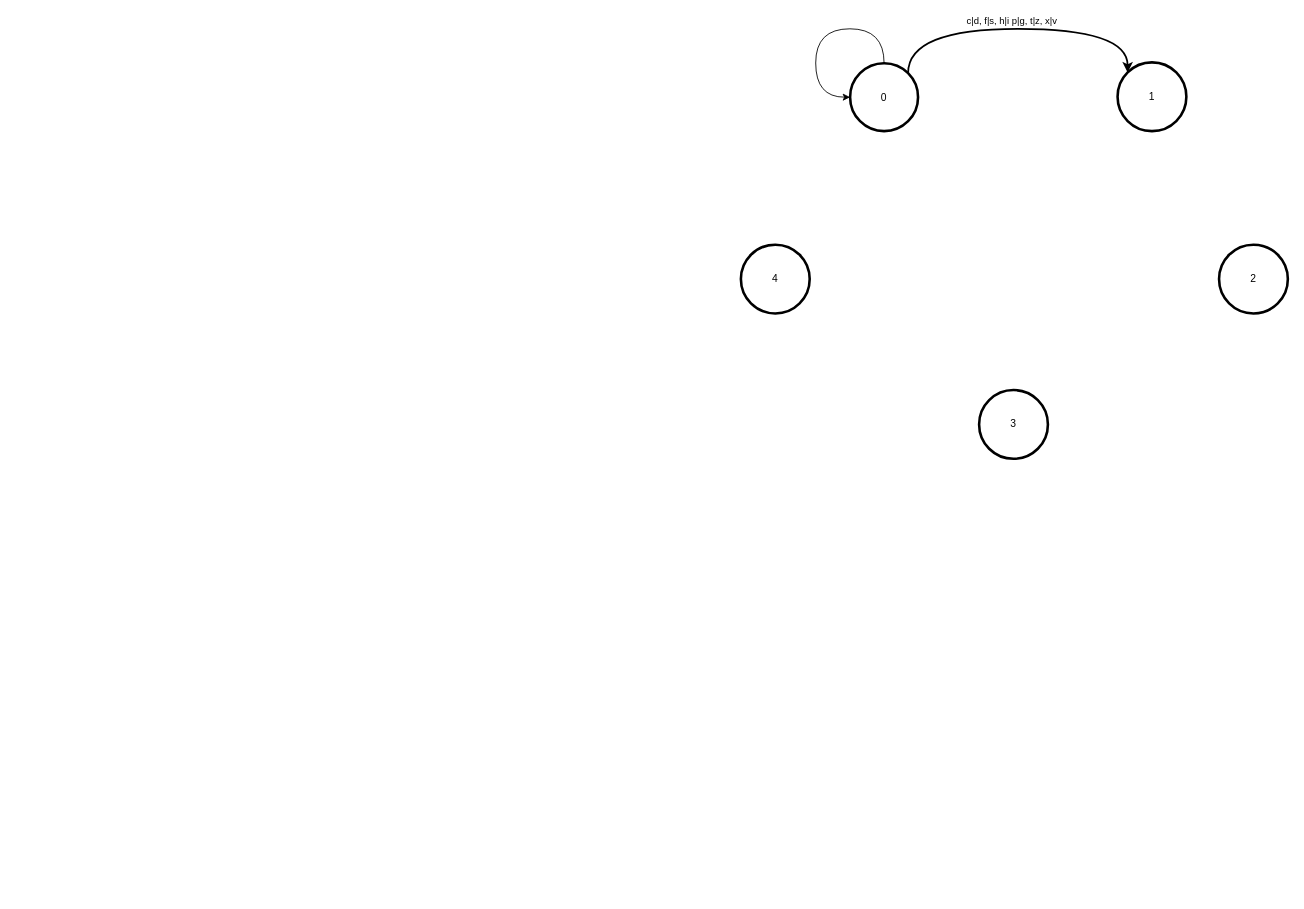
Above: sources/presentation/reference5.drawio in Thibaultlestienne/cryptographie-par-les-transducteurs-finis (draw.io), before the change. Source tidied: cells renumbered, new cells numbered last; positions are measured from the earlier drawing's top-left corner, leaving out a move shared by most shapes. Both pictures are drawn from the tidied source at 86%, with x=0, y=0 at pixel (740, 28).
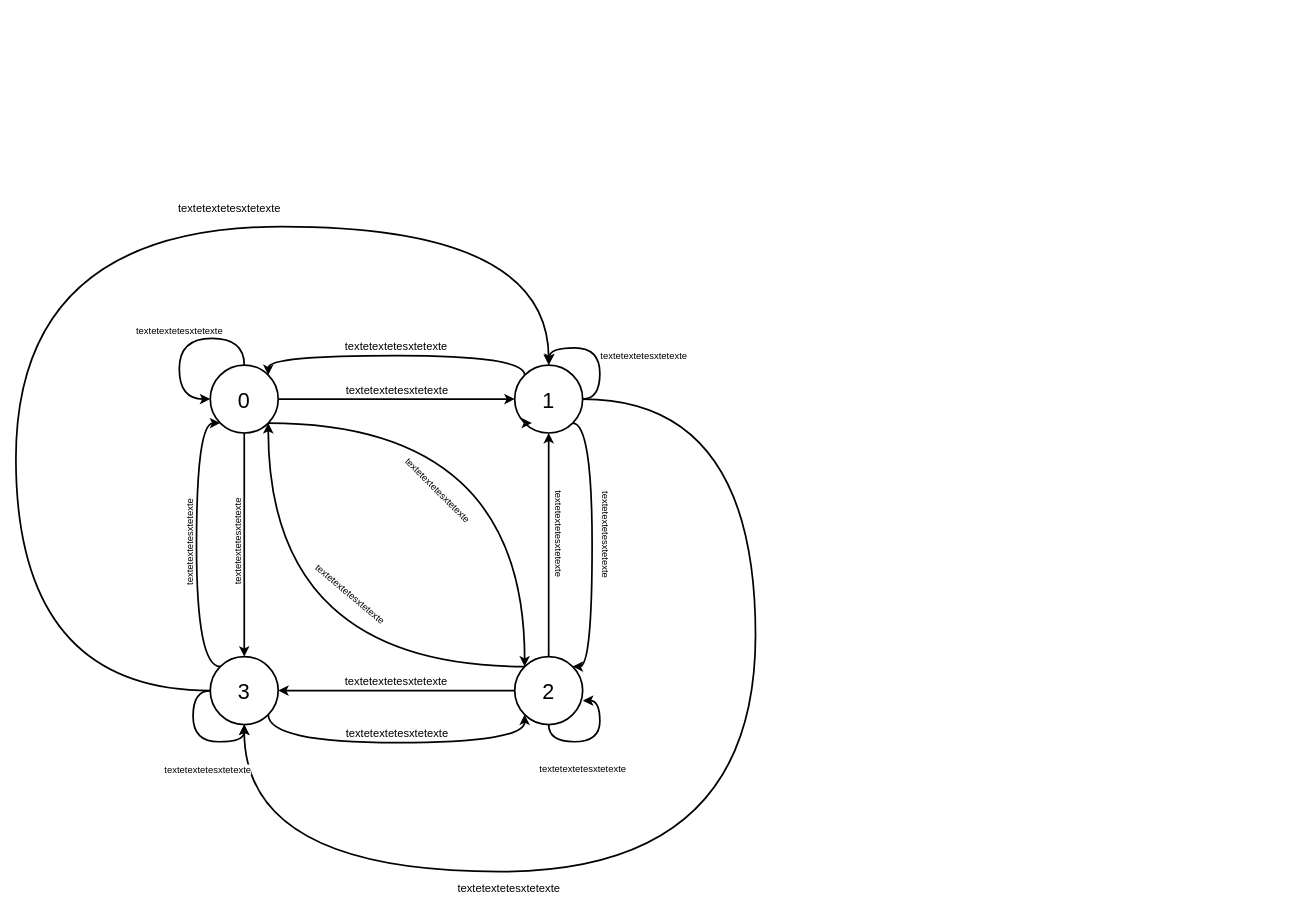
After the change.

What changed in the source:
```diff
@@
-    <mxCell id="2" value="c|d, f|s, h|i p|g, t|z, x|v" style="edgeStyle=orthogonalEdgeStyle;rounded=0;jettySize=auto;html=1;exitX=1;exitY=0;exitDx=0;exitDy=0;entryX=0;entryY=0;entryDx=0;entryDy=0;curved=1;strokeWidth=2;verticalAlign=bottom;" parent="1" edge="1" source="3" target="4">
-      <mxGeometry x="-0.03" relative="1" as="geometry">
-        <Array as="points">
-          <mxPoint x="195" />
-          <mxPoint x="450" />
-        </Array>
-        <mxPoint x="-1" as="offset" />
-      </mxGeometry>
+    <mxCell id="2" value="&lt;span style=&quot;color: rgb(0, 0, 0); font-family: Helvetica; font-style: normal; font-variant-ligatures: normal; font-variant-caps: normal; font-weight: 400; letter-spacing: normal; orphans: 2; text-align: center; text-indent: 0px; text-transform: none; widows: 2; word-spacing: 0px; -webkit-text-stroke-width: 0px; white-space: nowrap; text-decoration-thickness: initial; text-decoration-style: initial; text-decoration-color: initial; float: none; display: inline !important;&quot;&gt;textetextetesxtetexte&lt;/span&gt;" style="edgeStyle=orthogonalEdgeStyle;rounded=0;jettySize=auto;html=1;exitX=1;exitY=0.5;exitDx=0;exitDy=0;entryX=0;entryY=0.5;entryDx=0;entryDy=0;strokeWidth=2;curved=1;strokeColor=default;verticalAlign=bottom;fontSize=13;labelBackgroundColor=none;" parent="1" edge="1" source="3" target="4">
+      <mxGeometry relative="1" as="geometry" />
     </mxCell>
+    <mxCell id="9" value="&lt;span style=&quot;color: rgb(0, 0, 0); font-family: Helvetica; font-size: 11px; font-style: normal; font-variant-ligatures: normal; font-variant-caps: normal; font-weight: 400; letter-spacing: normal; orphans: 2; text-align: center; text-indent: 0px; text-transform: none; widows: 2; word-spacing: 0px; -webkit-text-stroke-width: 0px; white-space: nowrap; text-decoration-thickness: initial; text-decoration-style: initial; text-decoration-color: initial; float: none; display: inline !important;&quot;&gt;textetextetesxtetexte&lt;/span&gt;" style="edgeStyle=orthogonalEdgeStyle;rounded=0;jettySize=auto;html=1;exitX=0.5;exitY=1;exitDx=0;exitDy=0;entryX=0.5;entryY=0;entryDx=0;entryDy=0;strokeWidth=2;curved=1;strokeColor=default;verticalAlign=bottom;fontSize=13;horizontal=0;labelBackgroundColor=none;" parent="1" edge="1" source="3" target="7">
+      <mxGeometry relative="1" as="geometry" />
+    </mxCell>
+    <mxCell id="10" style="edgeStyle=orthogonalEdgeStyle;rounded=0;jettySize=auto;html=1;exitX=1;exitY=1;exitDx=0;exitDy=0;entryX=0;entryY=0;entryDx=0;entryDy=0;curved=1;strokeWidth=2;strokeColor=default;verticalAlign=bottom;fontSize=13;labelBackgroundColor=none;" parent="1" edge="1" source="3" target="5">
+      <mxGeometry relative="1" as="geometry" />
+    </mxCell>
-    <mxCell id="3" value="0" style="ellipse;whiteSpace=wrap;html=1;strokeWidth=3;" parent="1" vertex="1">
-      <mxGeometry x="127" y="40" width="79" height="79" as="geometry" />
+    <mxCell id="3" value="0" style="ellipse;whiteSpace=wrap;html=1;strokeWidth=2;strokeColor=default;fontSize=25;fontFamily=Helvetica;verticalAlign=middle;labelBackgroundColor=none;" parent="1" vertex="1">
+      <mxGeometry x="-617" y="391" width="79" height="79" as="geometry" />
     </mxCell>
+    <mxCell id="11" value="&lt;span style=&quot;color: rgb(0, 0, 0); font-family: Helvetica; font-style: normal; font-variant-ligatures: normal; font-variant-caps: normal; font-weight: 400; letter-spacing: normal; orphans: 2; text-align: center; text-indent: 0px; text-transform: none; widows: 2; word-spacing: 0px; -webkit-text-stroke-width: 0px; white-space: nowrap; text-decoration-thickness: initial; text-decoration-style: initial; text-decoration-color: initial; float: none; display: inline !important;&quot;&gt;textetextetesxtetexte&lt;/span&gt;" style="edgeStyle=orthogonalEdgeStyle;rounded=0;jettySize=auto;html=1;exitX=0;exitY=0;exitDx=0;exitDy=0;entryX=1;entryY=0;entryDx=0;entryDy=0;strokeWidth=2;curved=1;strokeColor=default;verticalAlign=bottom;fontSize=13;labelBackgroundColor=none;" parent="1" edge="1" source="4" target="3">
+      <mxGeometry relative="1" as="geometry">
+        <Array as="points">
+          <mxPoint x="-251" y="380" />
+          <mxPoint x="-550" y="380" />
+        </Array>
+      </mxGeometry>
+    </mxCell>
+    <mxCell id="12" style="edgeStyle=orthogonalEdgeStyle;rounded=0;jettySize=auto;html=1;exitX=1;exitY=1;exitDx=0;exitDy=0;entryX=1;entryY=0;entryDx=0;entryDy=0;strokeWidth=2;curved=1;strokeColor=default;verticalAlign=top;fontSize=13;horizontal=0;textDirection=ltr;labelBackgroundColor=none;" parent="1" edge="1" source="4" target="5">
+      <mxGeometry relative="1" as="geometry">
+        <Array as="points">
+          <mxPoint x="-173" y="459" />
+          <mxPoint x="-173" y="741" />
+        </Array>
+      </mxGeometry>
+    </mxCell>
+    <mxCell id="13" value="&lt;span style=&quot;color: rgb(0, 0, 0); font-family: Helvetica; font-size: 11px; font-style: normal; font-variant-ligatures: normal; font-variant-caps: normal; font-weight: 400; letter-spacing: normal; orphans: 2; text-align: center; text-indent: 0px; text-transform: none; widows: 2; word-spacing: 0px; -webkit-text-stroke-width: 0px; white-space: nowrap; background-color: rgb(255, 255, 255); text-decoration-thickness: initial; text-decoration-style: initial; text-decoration-color: initial; display: inline !important; float: none;&quot;&gt;textetextetesxtetexte&lt;/span&gt;" style="edgeStyle=orthogonalEdgeStyle;rounded=0;jettySize=auto;html=1;exitX=1;exitY=0.5;exitDx=0;exitDy=0;curved=1;strokeWidth=2;strokeColor=default;verticalAlign=bottom;fontSize=13;labelBackgroundColor=none;" parent="1" edge="1" source="4">
+      <mxGeometry x="-0.23" y="-51" relative="1" as="geometry">
+        <mxPoint x="-223" y="390" as="targetPoint" />
+      </mxGeometry>
+    </mxCell>
+    <mxCell id="14" value="&lt;span style=&quot;color: rgb(0, 0, 0); font-family: Helvetica; font-style: normal; font-variant-ligatures: normal; font-variant-caps: normal; font-weight: 400; letter-spacing: normal; orphans: 2; text-align: center; text-indent: 0px; text-transform: none; widows: 2; word-spacing: 0px; -webkit-text-stroke-width: 0px; white-space: nowrap; text-decoration-thickness: initial; text-decoration-style: initial; text-decoration-color: initial; float: none; display: inline !important;&quot;&gt;textetextetesxtetexte&lt;/span&gt;" style="edgeStyle=orthogonalEdgeStyle;rounded=0;jettySize=auto;html=1;exitX=1;exitY=0.5;exitDx=0;exitDy=0;entryX=0.5;entryY=1;entryDx=0;entryDy=0;curved=1;strokeWidth=2;strokeColor=default;verticalAlign=bottom;fontSize=13;labelBackgroundColor=none;" parent="1" edge="1" source="4" target="7">
+      <mxGeometry x="0.37" y="30" relative="1" as="geometry">
+        <Array as="points">
+          <mxPoint x="17" y="431" />
+          <mxPoint x="17" y="980" />
+          <mxPoint x="-577" y="980" />
+        </Array>
+      </mxGeometry>
+    </mxCell>
-    <mxCell id="4" value="1" style="ellipse;whiteSpace=wrap;html=1;strokeWidth=3;" parent="1" vertex="1">
-      <mxGeometry x="438" y="39" width="80" height="80" as="geometry" />
+    <mxCell id="4" value="1" style="ellipse;whiteSpace=wrap;html=1;strokeWidth=2;strokeColor=default;fontSize=25;fontFamily=Helvetica;verticalAlign=middle;labelBackgroundColor=none;" parent="1" vertex="1">
+      <mxGeometry x="-263" y="391" width="79" height="79" as="geometry" />
     </mxCell>
+    <mxCell id="15" value="&lt;span style=&quot;color: rgb(0, 0, 0); font-family: Helvetica; font-size: 11px; font-style: normal; font-variant-ligatures: normal; font-variant-caps: normal; font-weight: 400; letter-spacing: normal; orphans: 2; text-align: center; text-indent: 0px; text-transform: none; widows: 2; word-spacing: 0px; -webkit-text-stroke-width: 0px; white-space: nowrap; text-decoration-thickness: initial; text-decoration-style: initial; text-decoration-color: initial; float: none; display: inline !important;&quot;&gt;textetextetesxtetexte&lt;/span&gt;" style="edgeStyle=orthogonalEdgeStyle;rounded=0;jettySize=auto;html=1;exitX=0;exitY=0;exitDx=0;exitDy=0;entryX=0;entryY=1;entryDx=0;entryDy=0;strokeWidth=2;curved=1;strokeColor=default;verticalAlign=bottom;fontSize=13;horizontal=0;labelBackgroundColor=none;" parent="1" edge="1" source="7" target="3">
+      <mxGeometry relative="1" as="geometry">
+        <Array as="points">
+          <mxPoint x="-633" y="742" />
+          <mxPoint x="-633" y="458" />
+        </Array>
+      </mxGeometry>
+    </mxCell>
+    <mxCell id="16" value="&lt;span style=&quot;color: rgb(0, 0, 0); font-family: Helvetica; font-style: normal; font-variant-ligatures: normal; font-variant-caps: normal; font-weight: 400; letter-spacing: normal; orphans: 2; text-align: center; text-indent: 0px; text-transform: none; widows: 2; word-spacing: 0px; -webkit-text-stroke-width: 0px; white-space: nowrap; text-decoration-thickness: initial; text-decoration-style: initial; text-decoration-color: initial; float: none; display: inline !important;&quot;&gt;textetextetesxtetexte&lt;/span&gt;" style="edgeStyle=orthogonalEdgeStyle;rounded=0;jettySize=auto;html=1;exitX=1;exitY=1;exitDx=0;exitDy=0;entryX=0;entryY=1;entryDx=0;entryDy=0;strokeWidth=2;curved=1;strokeColor=default;verticalAlign=bottom;fontSize=13;labelBackgroundColor=none;" parent="1" edge="1" source="7" target="5">
+      <mxGeometry relative="1" as="geometry">
+        <Array as="points">
+          <mxPoint x="-550" y="830" />
+          <mxPoint x="-251" y="830" />
+        </Array>
+      </mxGeometry>
+    </mxCell>
+    <mxCell id="17" value="textetextetesxtetexte" style="edgeStyle=orthogonalEdgeStyle;rounded=0;jettySize=auto;html=1;exitX=0;exitY=0.5;exitDx=0;exitDy=0;entryX=0.5;entryY=0;entryDx=0;entryDy=0;curved=1;strokeWidth=2;strokeColor=default;verticalAlign=bottom;fontSize=13;labelBackgroundColor=none;" parent="1" edge="1" source="7" target="4">
+      <mxGeometry x="0.31" y="10" relative="1" as="geometry">
+        <Array as="points">
+          <mxPoint x="-843" y="770" />
+          <mxPoint x="-843" y="230" />
+          <mxPoint x="-223" y="230" />
+        </Array>
+      </mxGeometry>
+    </mxCell>
+    <mxCell id="7" value="3" style="ellipse;whiteSpace=wrap;html=1;strokeWidth=2;strokeColor=default;fontSize=25;fontFamily=Helvetica;verticalAlign=middle;labelBackgroundColor=none;" parent="1" vertex="1">
+      <mxGeometry x="-617" y="730" width="79" height="79" as="geometry" />
+    </mxCell>
+    <mxCell id="18" style="edgeStyle=orthogonalEdgeStyle;rounded=0;jettySize=auto;html=1;exitX=0.5;exitY=0;exitDx=0;exitDy=0;entryX=0.5;entryY=1;entryDx=0;entryDy=0;strokeWidth=2;curved=1;strokeColor=default;verticalAlign=top;fontSize=13;horizontal=0;textDirection=ltr;labelBackgroundColor=none;" parent="1" edge="1" source="5" target="4">
+      <mxGeometry relative="1" as="geometry" />
+    </mxCell>
+    <mxCell id="19" value="&lt;span style=&quot;color: rgb(0, 0, 0); font-family: Helvetica; font-style: normal; font-variant-ligatures: normal; font-variant-caps: normal; font-weight: 400; letter-spacing: normal; orphans: 2; text-align: center; text-indent: 0px; text-transform: none; widows: 2; word-spacing: 0px; -webkit-text-stroke-width: 0px; white-space: nowrap; text-decoration-thickness: initial; text-decoration-style: initial; text-decoration-color: initial; float: none; display: inline !important;&quot;&gt;textetextetesxtetexte&lt;/span&gt;" style="edgeStyle=orthogonalEdgeStyle;rounded=0;jettySize=auto;html=1;exitX=0;exitY=0.5;exitDx=0;exitDy=0;entryX=1;entryY=0.5;entryDx=0;entryDy=0;strokeWidth=2;curved=1;strokeColor=default;verticalAlign=bottom;fontSize=13;labelBackgroundColor=none;" parent="1" edge="1" source="5" target="7">
+      <mxGeometry relative="1" as="geometry" />
+    </mxCell>
+    <mxCell id="20" style="edgeStyle=orthogonalEdgeStyle;rounded=0;jettySize=auto;html=1;exitX=0;exitY=0;exitDx=0;exitDy=0;entryX=1;entryY=1;entryDx=0;entryDy=0;curved=1;strokeWidth=2;strokeColor=default;verticalAlign=bottom;fontSize=13;labelBackgroundColor=none;" parent="1" edge="1" source="5" target="3">
+      <mxGeometry relative="1" as="geometry" />
+    </mxCell>
-    <mxCell id="5" value="2" style="ellipse;whiteSpace=wrap;html=1;strokeWidth=3;" parent="1" vertex="1">
-      <mxGeometry x="556" y="251" width="80" height="80" as="geometry" />
+    <mxCell id="5" value="2" style="ellipse;whiteSpace=wrap;html=1;strokeWidth=2;strokeColor=default;fontSize=25;fontFamily=Helvetica;verticalAlign=middle;labelBackgroundColor=none;" parent="1" vertex="1">
+      <mxGeometry x="-263" y="730" width="79" height="79" as="geometry" />
     </mxCell>
-    <mxCell id="6" value="4" style="ellipse;whiteSpace=wrap;html=1;strokeWidth=3;" parent="1" vertex="1">
-      <mxGeometry y="251" width="80" height="80" as="geometry" />
-    </mxCell>
-    <mxCell id="7" value="3" style="ellipse;whiteSpace=wrap;html=1;strokeWidth=3;" parent="1" vertex="1">
-      <mxGeometry x="277" y="420" width="80" height="80" as="geometry" />
-    </mxCell>
+    <mxCell id="21" style="edgeStyle=orthogonalEdgeStyle;rounded=0;orthogonalLoop=1;jettySize=auto;html=1;exitX=0;exitY=1;exitDx=0;exitDy=0;entryX=0.253;entryY=0.859;entryDx=0;entryDy=0;entryPerimeter=0;strokeColor=default;strokeWidth=2;verticalAlign=bottom;fontSize=13;labelBackgroundColor=none;" parent="1" edge="1" source="4" target="4">
+      <mxGeometry relative="1" as="geometry" />
+    </mxCell>
-    <mxCell id="8" style="edgeStyle=orthogonalEdgeStyle;rounded=0;orthogonalLoop=1;jettySize=auto;html=1;exitX=0.5;exitY=0;exitDx=0;exitDy=0;entryX=0;entryY=0.5;entryDx=0;entryDy=0;curved=1;" parent="1" edge="1" source="3" target="3">
+    <mxCell id="8" value="&lt;span style=&quot;color: rgb(0, 0, 0); font-family: Helvetica; font-size: 11px; font-style: normal; font-variant-ligatures: normal; font-variant-caps: normal; font-weight: 400; letter-spacing: normal; orphans: 2; text-align: center; text-indent: 0px; text-transform: none; widows: 2; word-spacing: 0px; -webkit-text-stroke-width: 0px; white-space: nowrap; background-color: rgb(255, 255, 255); text-decoration-thickness: initial; text-decoration-style: initial; text-decoration-color: initial; display: inline !important; float: none;&quot;&gt;textetextetesxtetexte&lt;/span&gt;" style="edgeStyle=orthogonalEdgeStyle;rounded=0;orthogonalLoop=1;jettySize=auto;html=1;exitX=0.5;exitY=0;exitDx=0;exitDy=0;entryX=0;entryY=0.5;entryDx=0;entryDy=0;curved=1;strokeWidth=2;strokeColor=default;verticalAlign=bottom;fontSize=13;labelBackgroundColor=none;" parent="1" edge="1" source="3" target="3">
       <mxGeometry relative="1" as="geometry">
         <Array as="points">
-          <mxPoint x="166" />
-          <mxPoint x="87" />
-          <mxPoint x="87" y="79" />
+          <mxPoint x="-577" y="360" />
+          <mxPoint x="-653" y="360" />
+          <mxPoint x="-653" y="430" />
         </Array>
       </mxGeometry>
     </mxCell>
+    <mxCell id="22" value="&lt;span style=&quot;color: rgb(0, 0, 0); font-family: Helvetica; font-size: 11px; font-style: normal; font-variant-ligatures: normal; font-variant-caps: normal; font-weight: 400; letter-spacing: normal; orphans: 2; text-align: center; text-indent: 0px; text-transform: none; widows: 2; word-spacing: 0px; -webkit-text-stroke-width: 0px; white-space: nowrap; background-color: rgb(255, 255, 255); text-decoration-thickness: initial; text-decoration-style: initial; text-decoration-color: initial; display: inline !important; float: none;&quot;&gt;textetextetesxtetexte&lt;/span&gt;" style="edgeStyle=orthogonalEdgeStyle;rounded=0;orthogonalLoop=1;jettySize=auto;html=1;exitX=0;exitY=0.5;exitDx=0;exitDy=0;entryX=0.5;entryY=1;entryDx=0;entryDy=0;curved=1;strokeWidth=2;strokeColor=default;verticalAlign=bottom;fontSize=13;labelBackgroundColor=none;" parent="1" edge="1" source="7" target="7">
+      <mxGeometry y="-22" relative="1" as="geometry">
+        <mxPoint x="16" y="21" as="offset" />
+      </mxGeometry>
+    </mxCell>
+    <mxCell id="23" value="&lt;span style=&quot;color: rgb(0, 0, 0); font-family: Helvetica; font-size: 11px; font-style: normal; font-variant-ligatures: normal; font-variant-caps: normal; font-weight: 400; letter-spacing: normal; orphans: 2; text-align: center; text-indent: 0px; text-transform: none; widows: 2; word-spacing: 0px; -webkit-text-stroke-width: 0px; white-space: nowrap; background-color: rgb(255, 255, 255); text-decoration-thickness: initial; text-decoration-style: initial; text-decoration-color: initial; display: inline !important; float: none;&quot;&gt;textetextetesxtetexte&lt;/span&gt;" style="edgeStyle=orthogonalEdgeStyle;rounded=0;orthogonalLoop=1;jettySize=auto;html=1;exitX=0.5;exitY=1;exitDx=0;exitDy=0;entryX=1.004;entryY=0.648;entryDx=0;entryDy=0;entryPerimeter=0;curved=1;strokeWidth=2;strokeColor=default;verticalAlign=bottom;fontSize=13;labelBackgroundColor=none;" parent="1" edge="1" source="5" target="5">
+      <mxGeometry x="0.08" y="-21" relative="1" as="geometry">
+        <mxPoint x="-20" y="21" as="offset" />
+      </mxGeometry>
+    </mxCell>
+    <mxCell id="24" value="&lt;span style=&quot;color: rgb(0, 0, 0); font-family: Helvetica; font-size: 11px; font-style: normal; font-variant-ligatures: normal; font-variant-caps: normal; font-weight: 400; letter-spacing: normal; orphans: 2; text-align: center; text-indent: 0px; text-transform: none; widows: 2; word-spacing: 0px; -webkit-text-stroke-width: 0px; white-space: nowrap; background-color: rgb(255, 255, 255); text-decoration-thickness: initial; text-decoration-style: initial; text-decoration-color: initial; display: inline !important; float: none;&quot;&gt;textetextetesxtetexte&lt;/span&gt;" style="text;whiteSpace=wrap;html=1;rotation=45;" parent="1" vertex="1">
+      <mxGeometry x="-413" y="530" width="130" height="40" as="geometry" />
+    </mxCell>
+    <mxCell id="25" value="&lt;span style=&quot;color: rgb(0, 0, 0); font-family: Helvetica; font-size: 11px; font-style: normal; font-variant-ligatures: normal; font-variant-caps: normal; font-weight: 400; letter-spacing: normal; orphans: 2; text-align: center; text-indent: 0px; text-transform: none; widows: 2; word-spacing: 0px; -webkit-text-stroke-width: 0px; white-space: nowrap; background-color: rgb(255, 255, 255); text-decoration-thickness: initial; text-decoration-style: initial; text-decoration-color: initial; display: inline !important; float: none;&quot;&gt;textetextetesxtetexte&lt;/span&gt;" style="text;whiteSpace=wrap;html=1;rotation=40;" parent="1" vertex="1">
+      <mxGeometry x="-513" y="650" width="130" height="40" as="geometry" />
+    </mxCell>
+    <mxCell id="26" value="&lt;span style=&quot;color: rgb(0, 0, 0); font-family: Helvetica; font-size: 11px; font-style: normal; font-variant-ligatures: normal; font-variant-caps: normal; font-weight: 400; letter-spacing: normal; orphans: 2; text-align: center; text-indent: 0px; text-transform: none; widows: 2; word-spacing: 0px; -webkit-text-stroke-width: 0px; white-space: nowrap; background-color: rgb(255, 255, 255); text-decoration-thickness: initial; text-decoration-style: initial; text-decoration-color: initial; display: inline !important; float: none;&quot;&gt;textetextetesxtetexte&lt;/span&gt;" style="text;whiteSpace=wrap;html=1;rotation=90;" parent="1" vertex="1">
+      <mxGeometry x="-225.5" y="583.5" width="130" height="35" as="geometry" />
+    </mxCell>
+    <mxCell id="27" value="&lt;span style=&quot;color: rgb(0, 0, 0); font-family: Helvetica; font-size: 11px; font-style: normal; font-variant-ligatures: normal; font-variant-caps: normal; font-weight: 400; letter-spacing: normal; orphans: 2; text-align: center; text-indent: 0px; text-transform: none; widows: 2; word-spacing: 0px; -webkit-text-stroke-width: 0px; white-space: nowrap; background-color: rgb(255, 255, 255); text-decoration-thickness: initial; text-decoration-style: initial; text-decoration-color: initial; display: inline !important; float: none;&quot;&gt;textetextetesxtetexte&lt;/span&gt;" style="text;whiteSpace=wrap;html=1;rotation=90;" parent="1" vertex="1">
+      <mxGeometry x="-283" y="580" width="130" height="40" as="geometry" />
+    </mxCell>
```
